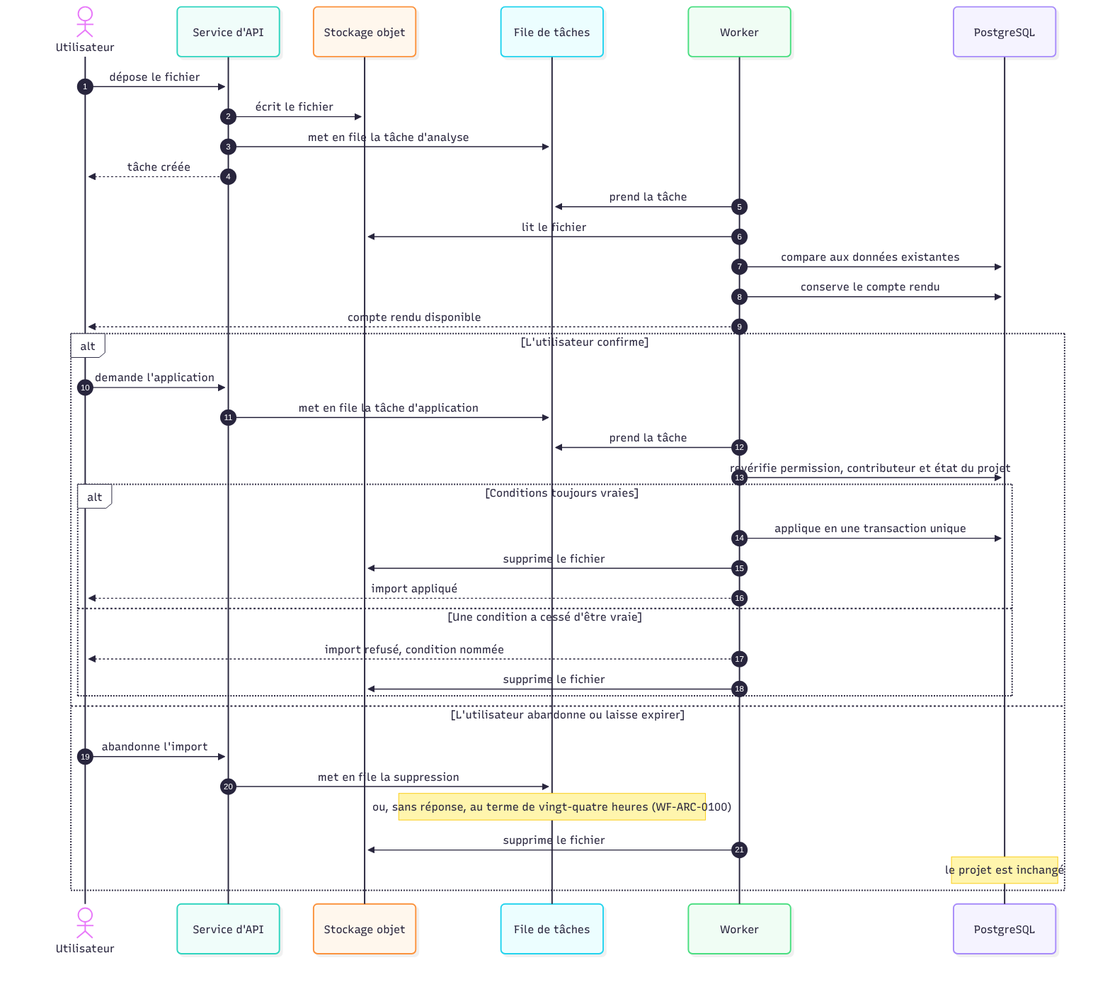
waterfall-project/wf-project keeps this Mermaid diagram as docs/spec/figures/import-deux-temps.png. Above is the earlier version. Its source is kept beside it as docs/spec/figures/import-deux-temps.mmd.
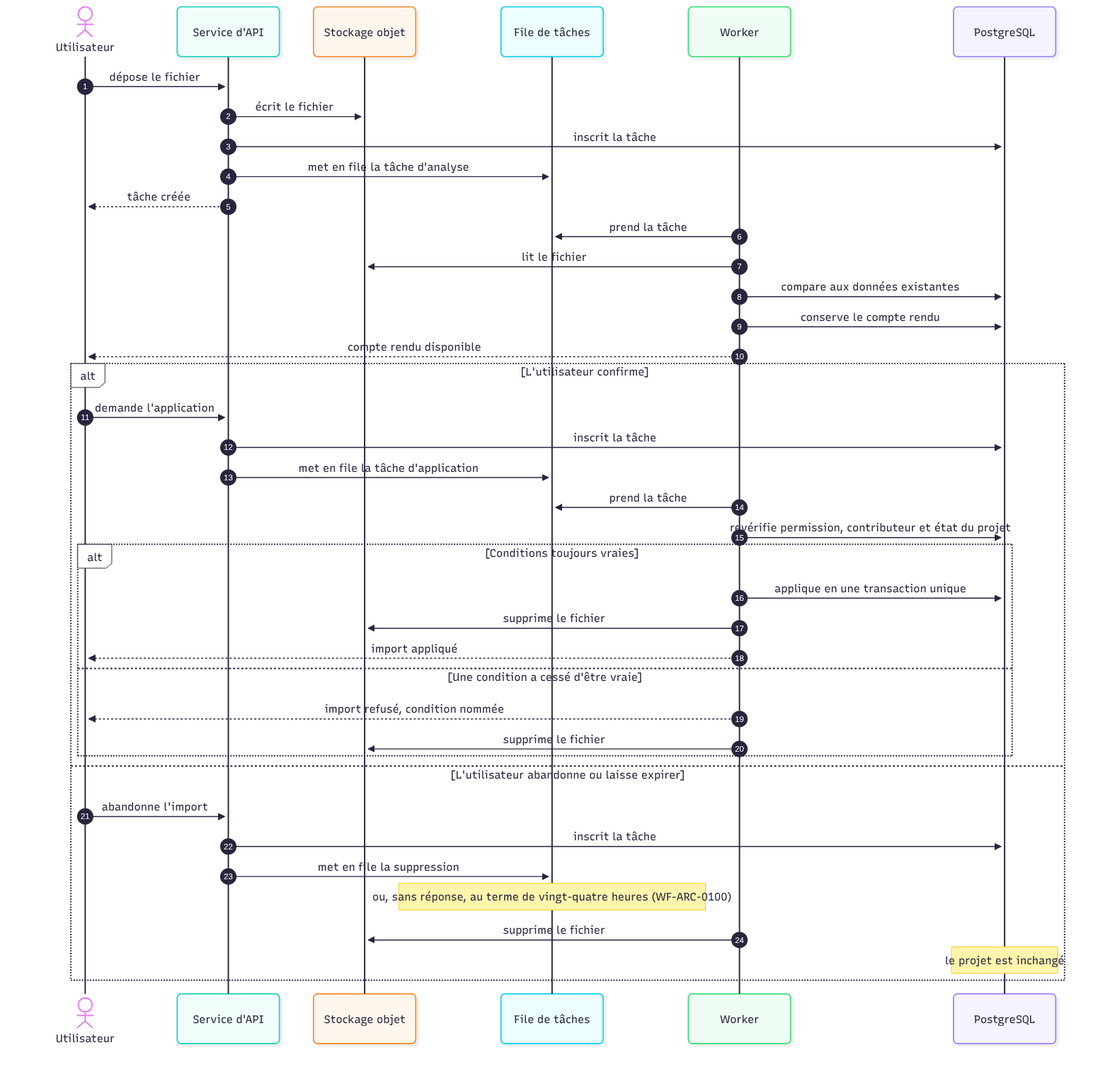
The same diagram one commit later.

The edit, as a diff of the source:
```diff
@@ -9,6 +9,7 @@
 
     U->>A: dépose le fichier
     A->>S: écrit le fichier
+    A->>B: inscrit la tâche
     A->>F: met en file la tâche d'analyse
     A-->>U: tâche créée
     W->>F: prend la tâche
@@ -18,6 +19,7 @@
     W-->>U: compte rendu disponible
     alt L'utilisateur confirme
         U->>A: demande l'application
+        A->>B: inscrit la tâche
         A->>F: met en file la tâche d'application
         W->>F: prend la tâche
         W->>B: revérifie permission, contributeur et état du projet
@@ -31,6 +33,7 @@
         end
     else L'utilisateur abandonne ou laisse expirer
         U->>A: abandonne l'import
+        A->>B: inscrit la tâche
         A->>F: met en file la suppression
         Note over F: ou, sans réponse, au terme de vingt-quatre heures (WF-ARC-0100)
         W->>S: supprime le fichier
```
